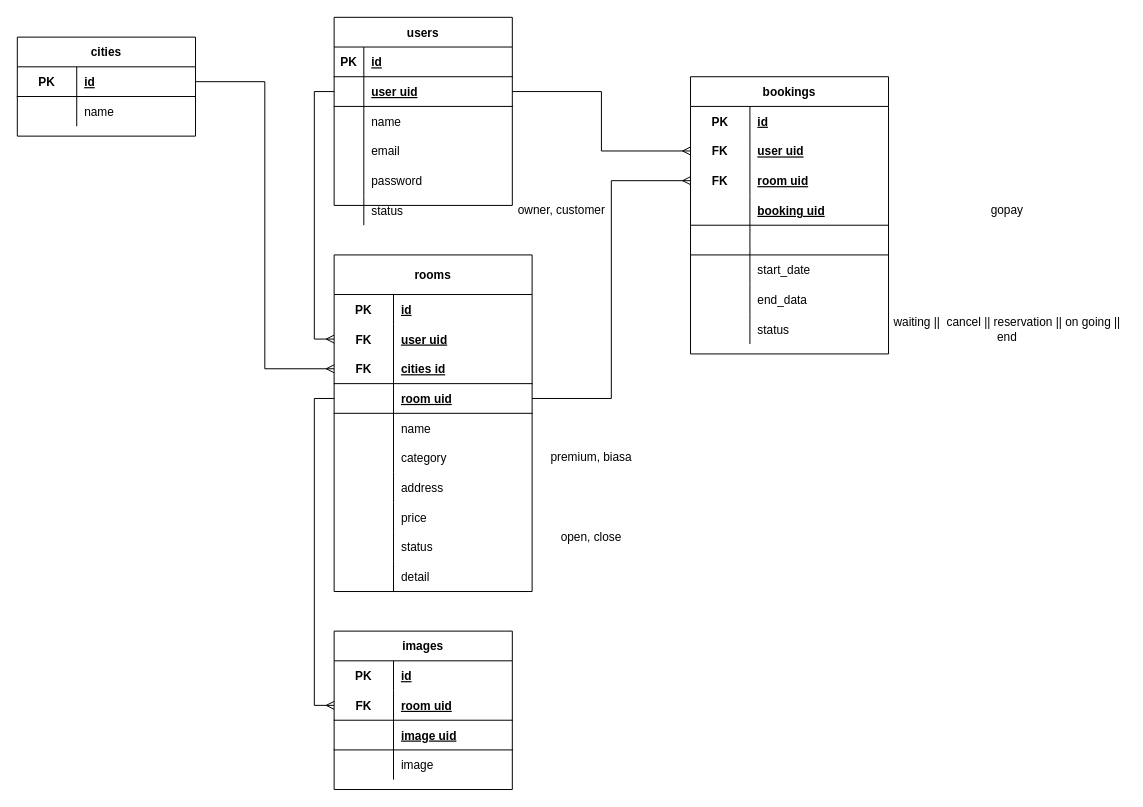
This is repository/erd/altaProject .drawio from AIRBNB-App-Project2/backend-airbnb, a draw.io file, before an edit. Source tidied: cells renumbered, new cells numbered last; positions are measured from the earlier drawing's top-left corner, leaving out a move shared by most shapes. Both pictures are drawn from the tidied source at 99%, with x=0, y=0 at pixel (17, 17).
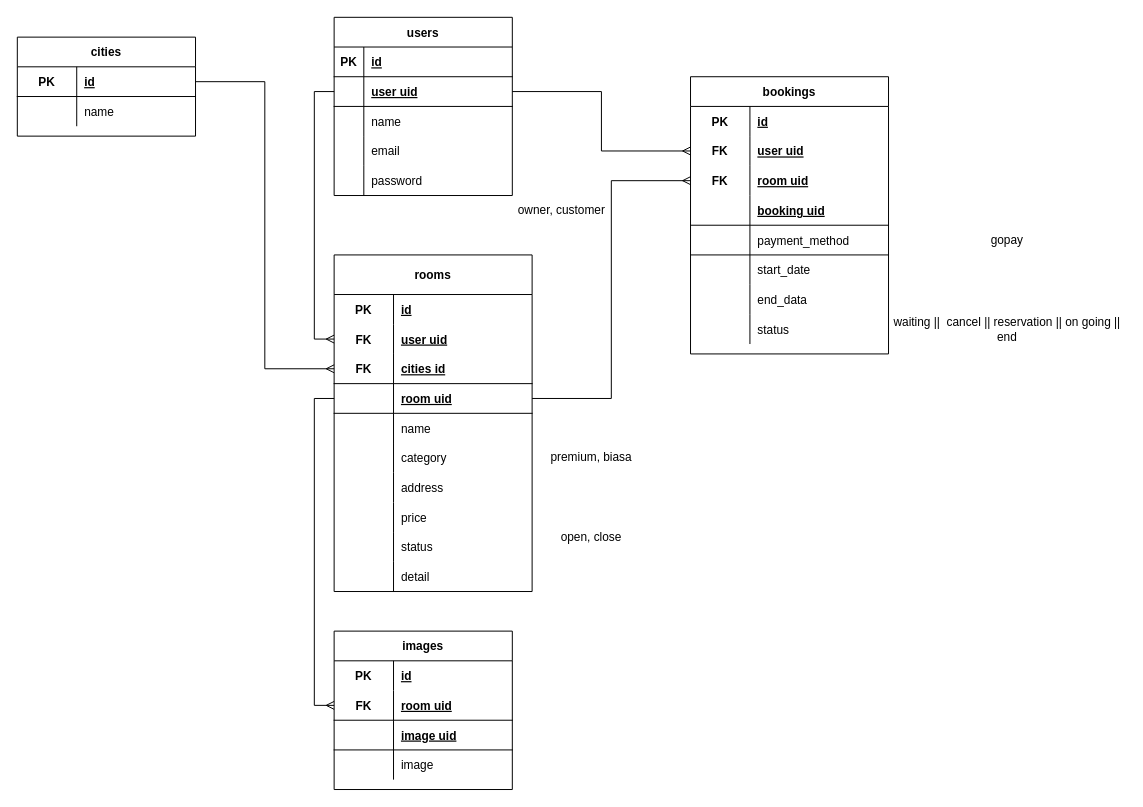
Above is the later version.

The change refers to these unchanged cells:
```xml
<mxCell id="66" style="shape=tableRow;horizontal=0;startSize=0;swimlaneHead=0;swimlaneBody=0;fillColor=none;top=0;left=0;right=0;bottom=1;strokeColor=default;" parent="53" vertex="1">
  <mxGeometry y="150" width="200" height="30" as="geometry" />
</mxCell>
```

The edit, as a diff of the source:
```diff
@@
     <mxCell id="3" value="users" style="shape=table;startSize=30;childLayout=tableLayout;rowLines=0;fontStyle=1;align=center;" parent="1" vertex="1">
-      <mxGeometry x="320" width="180" height="190" as="geometry" />
+      <mxGeometry x="320" width="180" height="180" as="geometry" />
     </mxCell>
@@
-    <mxCell id="19" style="shape=tableRow;horizontal=0;startSize=0;swimlaneHead=0;swimlaneBody=0;fillColor=none;top=0;left=0;right=0;bottom=0;" parent="3" vertex="1">
-      <mxGeometry y="180" width="180" height="30" as="geometry" />
-    </mxCell>
-    <mxCell id="20" style="shape=partialRectangle;fillColor=none;top=0;left=0;bottom=0;right=0;overflow=hidden;" parent="19" vertex="1">
-      <mxGeometry width="30" height="30" as="geometry" />
-    </mxCell>
-    <mxCell id="21" value="status" style="shape=partialRectangle;fillColor=none;top=0;left=0;bottom=0;right=0;align=left;spacingLeft=6;overflow=hidden;" parent="19" vertex="1">
-      <mxGeometry x="30" width="150" height="30" as="geometry" />
-    </mxCell>
@@
-    <mxCell id="68" style="shape=partialRectangle;fillColor=none;top=0;left=0;bottom=0;right=0;align=left;spacingLeft=6;fontStyle=0;overflow=hidden;strokeColor=default;" parent="66" vertex="1">
+    <mxCell id="68" value="payment_method" style="shape=partialRectangle;fillColor=none;top=0;left=0;bottom=0;right=0;align=left;spacingLeft=6;fontStyle=0;overflow=hidden;strokeColor=default;" parent="66" vertex="1">
       <mxGeometry x="60" width="140" height="30" as="geometry" />
     </mxCell>
@@
     <mxCell id="106" value="gopay" style="text;html=1;strokeColor=none;fillColor=none;align=center;verticalAlign=middle;whiteSpace=wrap;rounded=0;" parent="1" vertex="1">
-      <mxGeometry x="880" y="180" width="240" height="30" as="geometry" />
+      <mxGeometry x="880" y="210" width="240" height="30" as="geometry" />
     </mxCell>
```
